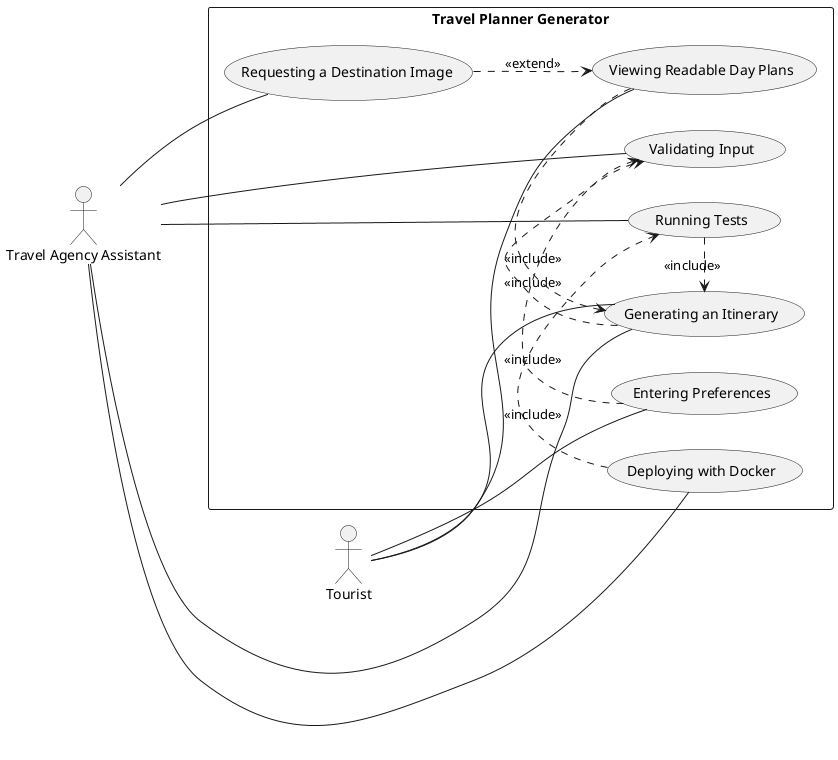
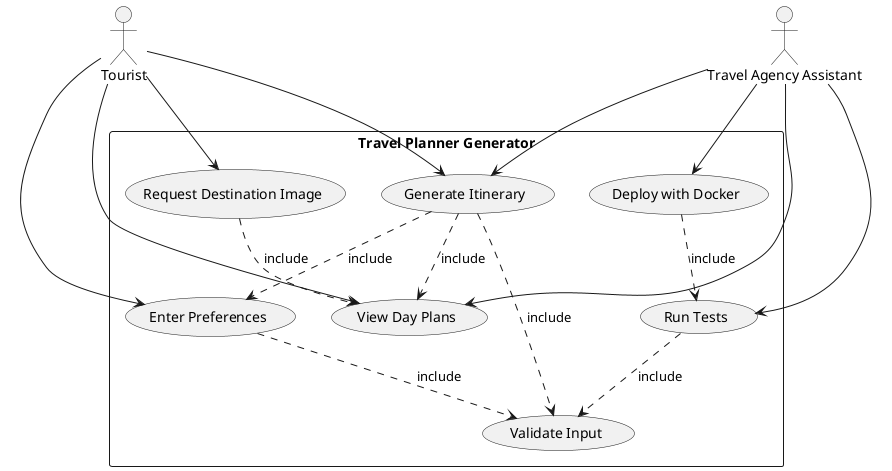
@startuml
- left to right direction
- skinparam packageStyle rectangle
- 
actor Tourist
- actor "Travel Agency Assistant" as Assistant
+ actor "Travel Agency Assistant" as TravelAgent

rectangle "Travel Planner Generator" {
-   usecase "Entering Preferences" as UC_Enter
-   usecase "Validating Input" as UC_Validate
-   usecase "Generating an Itinerary" as UC_Generate
-   usecase "Viewing Readable Day Plans" as UC_View
-   usecase "Requesting a Destination Image" as UC_Image
-   usecase "Running Tests" as UC_Tests
-   usecase "Deploying with Docker" as UC_Docker
+   usecase "Enter Preferences" as EnterPreferences
+   usecase "Validate Input" as ValidateInput
+   usecase "Generate Itinerary" as GenerateItinerary
+   usecase "View Day Plans" as ViewDayPlans
+   usecase "Request Destination Image" as RequestImage
+   usecase "Run Tests" as RunTests
+   usecase "Deploy with Docker" as DeployDocker
}

- ' Primary actor interactions
- Tourist -- UC_Enter
- Tourist -- UC_Generate
- Tourist -- UC_View
+ Tourist --> EnterPreferences
+ Tourist --> GenerateItinerary
+ Tourist --> ViewDayPlans
+ Tourist --> RequestImage

- Assistant -- UC_Validate
- Assistant -- UC_Image
- Assistant -- UC_Tests
- Assistant -- UC_Docker
- Assistant -- UC_Generate
+ TravelAgent --> RunTests
+ TravelAgent --> DeployDocker
+ TravelAgent --> GenerateItinerary
+ TravelAgent --> ViewDayPlans

- ' Use case relationships
- UC_Enter .> UC_Validate : <<include>>
- UC_Generate .> UC_Validate : <<include>>
- UC_View .> UC_Generate : <<include>>
- UC_Image ..> UC_View : <<extend>>
- UC_Tests .> UC_Generate : <<include>>
- UC_Docker .> UC_Tests : <<include>>
- 
+ EnterPreferences ..> ValidateInput : include
+ GenerateItinerary ..> ValidateInput : include
+ GenerateItinerary ..> EnterPreferences : include
+ GenerateItinerary ..> ViewDayPlans : include
+ RequestImage ..> ViewDayPlans : include
+ RunTests ..> ValidateInput : include
+ DeployDocker ..> RunTests : include
@enduml